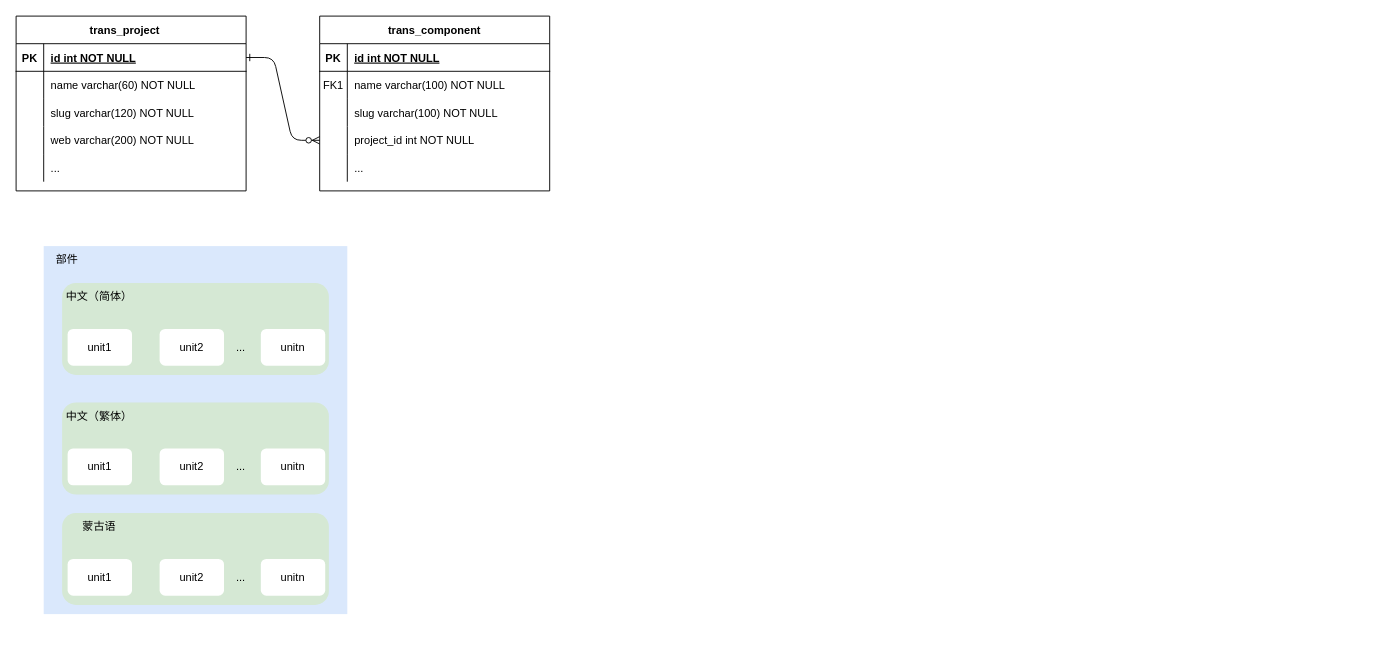
weijiang1994/draw-io keeps this draw.io diagram as weblate/项目、部件ER图.drawio. Above is the earlier version. Source tidied: cells renumbered, new cells numbered last; positions are measured from the earlier drawing's top-left corner, leaving out a move shared by most shapes. Both pictures are drawn from the tidied source at 92%, with x=0, y=0 at pixel (16, 16).
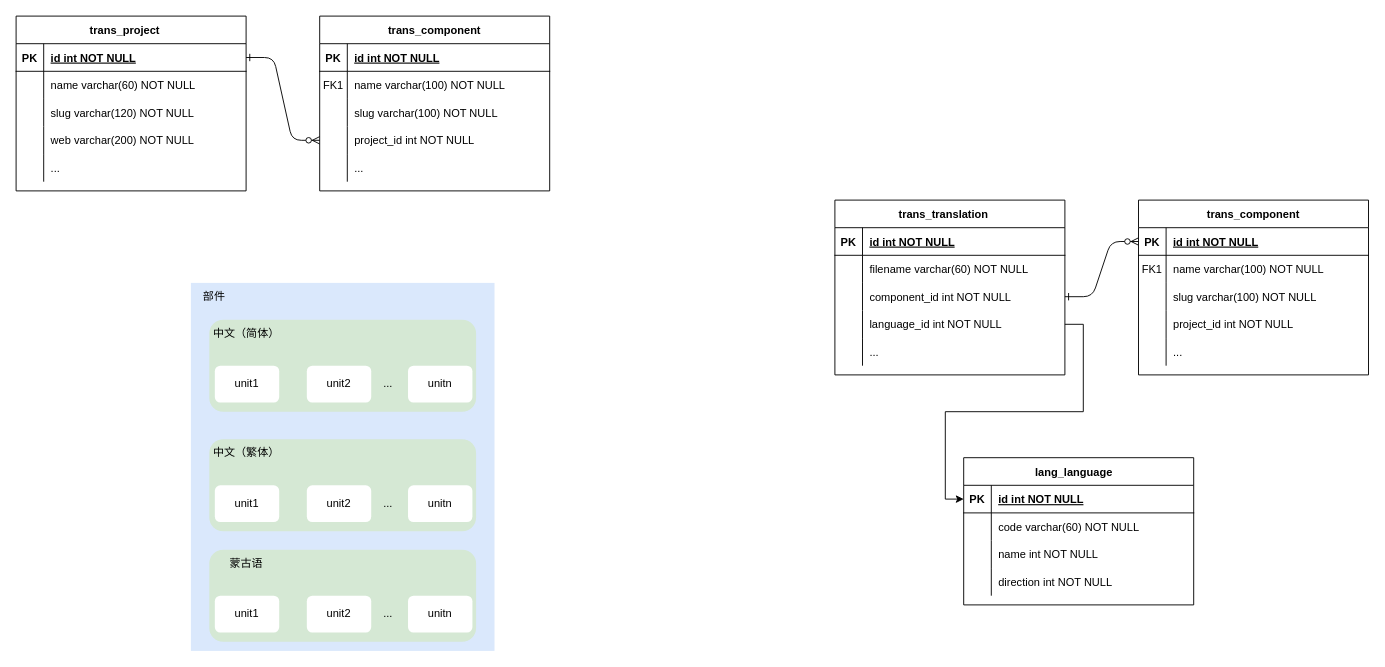
The same page after the edit.

Commit message:
更新项目、部件ER图.drawio

Diff of the diagram source:
```diff
@@
     <mxCell id="35" style="group;" parent="1" vertex="1">
-      <mxGeometry x="30" y="250" width="330" height="400" as="geometry" />
+      <mxGeometry x="190" y="290" width="330" height="400" as="geometry" />
     </mxCell>
@@
+    <mxCell id="62" style="edgeStyle=entityRelationEdgeStyle;endArrow=ERzeroToMany;startArrow=ERone;endFill=1;startFill=0;entryX=0;entryY=0.5;entryDx=0;entryDy=0;exitX=1;exitY=0.5;exitDx=0;exitDy=0;" parent="1" edge="1" source="86" target="64">
+      <mxGeometry relative="1" as="geometry" />
+    </mxCell>
+    <mxCell id="63" value="trans_component" style="shape=table;startSize=30;childLayout=tableLayout;rowLines=0;fontStyle=1;align=center;" parent="1" vertex="1">
+      <mxGeometry x="1220" y="200" width="250" height="190" as="geometry" />
+    </mxCell>
+    <mxCell id="64" style="shape=partialRectangle;fillColor=none;points=[[0,0.5],[1,0.5]];portConstraint=eastwest;top=0;left=0;right=0;bottom=1;" parent="63" vertex="1">
+      <mxGeometry y="30" width="250" height="30" as="geometry" />
+    </mxCell>
+    <mxCell id="65" value="PK" style="shape=partialRectangle;overflow=hidden;fillColor=none;top=0;left=0;bottom=0;right=0;fontStyle=1;" parent="64" vertex="1">
+      <mxGeometry width="30" height="30" as="geometry" />
+    </mxCell>
+    <mxCell id="66" value="id int NOT NULL " style="shape=partialRectangle;overflow=hidden;fillColor=none;top=0;left=0;bottom=0;right=0;align=left;spacingLeft=6;fontStyle=5;" parent="64" vertex="1">
+      <mxGeometry x="30" width="220" height="30" as="geometry" />
+    </mxCell>
+    <mxCell id="67" style="shape=partialRectangle;fillColor=none;top=0;left=0;right=0;bottom=0;" parent="63" vertex="1">
+      <mxGeometry y="60" width="250" height="30" as="geometry" />
+    </mxCell>
+    <mxCell id="68" value="FK1" style="shape=partialRectangle;overflow=hidden;fillColor=none;top=0;left=0;bottom=0;right=0;" parent="67" vertex="1">
+      <mxGeometry width="30" height="30" as="geometry" />
+    </mxCell>
+    <mxCell id="69" value="name varchar(100) NOT NULL" style="shape=partialRectangle;overflow=hidden;fillColor=none;top=0;left=0;bottom=0;right=0;align=left;spacingLeft=6;" parent="67" vertex="1">
+      <mxGeometry x="30" width="220" height="30" as="geometry" />
+    </mxCell>
+    <mxCell id="70" style="shape=partialRectangle;fillColor=none;top=0;left=0;right=0;bottom=0;" parent="63" vertex="1">
+      <mxGeometry y="90" width="250" height="30" as="geometry" />
+    </mxCell>
+    <mxCell id="71" style="shape=partialRectangle;overflow=hidden;fillColor=none;top=0;left=0;bottom=0;right=0;" parent="70" vertex="1">
+      <mxGeometry width="30" height="30" as="geometry" />
+    </mxCell>
+    <mxCell id="72" value="slug varchar(100) NOT NULL" style="shape=partialRectangle;overflow=hidden;fillColor=none;top=0;left=0;bottom=0;right=0;align=left;spacingLeft=6;" parent="70" vertex="1">
+      <mxGeometry x="30" width="220" height="30" as="geometry" />
+    </mxCell>
+    <mxCell id="73" style="shape=partialRectangle;fillColor=none;top=0;left=0;right=0;bottom=0;" parent="63" vertex="1">
+      <mxGeometry y="120" width="250" height="30" as="geometry" />
+    </mxCell>
+    <mxCell id="74" style="shape=partialRectangle;overflow=hidden;fillColor=none;top=0;left=0;bottom=0;right=0;" parent="73" vertex="1">
+      <mxGeometry width="30" height="30" as="geometry" />
+    </mxCell>
+    <mxCell id="75" value="project_id int NOT NULL" style="shape=partialRectangle;overflow=hidden;fillColor=none;top=0;left=0;bottom=0;right=0;align=left;spacingLeft=6;" parent="73" vertex="1">
+      <mxGeometry x="30" width="220" height="30" as="geometry" />
+    </mxCell>
+    <mxCell id="76" style="shape=partialRectangle;fillColor=none;top=0;left=0;right=0;bottom=0;" parent="63" vertex="1">
+      <mxGeometry y="150" width="250" height="30" as="geometry" />
+    </mxCell>
+    <mxCell id="77" style="shape=partialRectangle;overflow=hidden;fillColor=none;top=0;left=0;bottom=0;right=0;" parent="76" vertex="1">
+      <mxGeometry width="30" height="30" as="geometry" />
+    </mxCell>
+    <mxCell id="78" value="..." style="shape=partialRectangle;overflow=hidden;fillColor=none;top=0;left=0;bottom=0;right=0;align=left;spacingLeft=6;" parent="76" vertex="1">
+      <mxGeometry x="30" width="220" height="30" as="geometry" />
+    </mxCell>
+    <mxCell id="79" value="trans_translation    " style="shape=table;startSize=30;childLayout=tableLayout;rowLines=0;fontStyle=1;align=center;" parent="1" vertex="1">
+      <mxGeometry x="890" y="200" width="250" height="190" as="geometry" />
+    </mxCell>
+    <mxCell id="80" style="shape=partialRectangle;fillColor=none;top=0;left=0;right=0;bottom=1;" parent="79" vertex="1">
+      <mxGeometry y="30" width="250" height="30" as="geometry" />
+    </mxCell>
+    <mxCell id="81" value="PK" style="shape=partialRectangle;overflow=hidden;fillColor=none;top=0;left=0;bottom=0;right=0;fontStyle=1;" parent="80" vertex="1">
+      <mxGeometry width="30" height="30" as="geometry" />
+    </mxCell>
+    <mxCell id="82" value="id int NOT NULL " style="shape=partialRectangle;overflow=hidden;fillColor=none;top=0;left=0;bottom=0;right=0;align=left;spacingLeft=6;fontStyle=5;" parent="80" vertex="1">
+      <mxGeometry x="30" width="220" height="30" as="geometry" />
+    </mxCell>
+    <mxCell id="83" style="shape=partialRectangle;fillColor=none;top=0;left=0;right=0;bottom=0;" parent="79" vertex="1">
+      <mxGeometry y="60" width="250" height="30" as="geometry" />
+    </mxCell>
+    <mxCell id="84" style="shape=partialRectangle;overflow=hidden;fillColor=none;top=0;left=0;bottom=0;right=0;" parent="83" vertex="1">
+      <mxGeometry width="30" height="30" as="geometry" />
+    </mxCell>
+    <mxCell id="85" value="filename varchar(60) NOT NULL" style="shape=partialRectangle;overflow=hidden;fillColor=none;top=0;left=0;bottom=0;right=0;align=left;spacingLeft=6;" parent="83" vertex="1">
+      <mxGeometry x="30" width="220" height="30" as="geometry" />
+    </mxCell>
+    <mxCell id="86" style="shape=partialRectangle;fillColor=none;points=[[0,0.5],[1,0.5]];portConstraint=eastwest;top=0;left=0;right=0;bottom=0;" parent="79" vertex="1">
+      <mxGeometry y="90" width="250" height="30" as="geometry" />
+    </mxCell>
+    <mxCell id="87" style="shape=partialRectangle;overflow=hidden;fillColor=none;top=0;left=0;bottom=0;right=0;" parent="86" vertex="1">
+      <mxGeometry width="30" height="30" as="geometry" />
+    </mxCell>
+    <mxCell id="88" value="component_id int NOT NULL" style="shape=partialRectangle;overflow=hidden;fillColor=none;top=0;left=0;bottom=0;right=0;align=left;spacingLeft=6;" parent="86" vertex="1">
+      <mxGeometry x="30" width="220" height="30" as="geometry" />
+    </mxCell>
+    <mxCell id="89" style="shape=partialRectangle;fillColor=none;points=[[0,0.5],[1,0.5]];portConstraint=eastwest;top=0;left=0;right=0;bottom=0;" parent="79" vertex="1">
+      <mxGeometry y="120" width="250" height="30" as="geometry" />
+    </mxCell>
+    <mxCell id="90" style="shape=partialRectangle;overflow=hidden;fillColor=none;top=0;left=0;bottom=0;right=0;" parent="89" vertex="1">
+      <mxGeometry width="30" height="30" as="geometry" />
+    </mxCell>
+    <mxCell id="91" value="language_id int NOT NULL" style="shape=partialRectangle;overflow=hidden;fillColor=none;top=0;left=0;bottom=0;right=0;align=left;spacingLeft=6;" parent="89" vertex="1">
+      <mxGeometry x="30" width="220" height="30" as="geometry" />
+    </mxCell>
+    <mxCell id="92" style="shape=partialRectangle;fillColor=none;top=0;left=0;right=0;bottom=0;" parent="79" vertex="1">
+      <mxGeometry y="150" width="250" height="30" as="geometry" />
+    </mxCell>
+    <mxCell id="93" style="shape=partialRectangle;overflow=hidden;fillColor=none;top=0;left=0;bottom=0;right=0;" parent="92" vertex="1">
+      <mxGeometry width="30" height="30" as="geometry" />
+    </mxCell>
+    <mxCell id="94" value="..." style="shape=partialRectangle;overflow=hidden;fillColor=none;top=0;left=0;bottom=0;right=0;align=left;spacingLeft=6;" parent="92" vertex="1">
+      <mxGeometry x="30" width="220" height="30" as="geometry" />
+    </mxCell>
+    <mxCell id="95" value="lang_language   " style="shape=table;startSize=30;childLayout=tableLayout;rowLines=0;fontStyle=1;align=center;" parent="1" vertex="1">
+      <mxGeometry x="1030" y="480" width="250" height="160" as="geometry" />
+    </mxCell>
+    <mxCell id="96" style="shape=partialRectangle;fillColor=none;points=[[0,0.5],[1,0.5]];portConstraint=eastwest;top=0;left=0;right=0;bottom=1;" parent="95" vertex="1">
+      <mxGeometry y="30" width="250" height="30" as="geometry" />
+    </mxCell>
+    <mxCell id="97" value="PK" style="shape=partialRectangle;overflow=hidden;fillColor=none;top=0;left=0;bottom=0;right=0;fontStyle=1;" parent="96" vertex="1">
+      <mxGeometry width="30" height="30" as="geometry" />
+    </mxCell>
+    <mxCell id="98" value="id int NOT NULL " style="shape=partialRectangle;overflow=hidden;fillColor=none;top=0;left=0;bottom=0;right=0;align=left;spacingLeft=6;fontStyle=5;" parent="96" vertex="1">
+      <mxGeometry x="30" width="220" height="30" as="geometry" />
+    </mxCell>
+    <mxCell id="99" style="shape=partialRectangle;fillColor=none;top=0;left=0;right=0;bottom=0;" parent="95" vertex="1">
+      <mxGeometry y="60" width="250" height="30" as="geometry" />
+    </mxCell>
+    <mxCell id="100" style="shape=partialRectangle;overflow=hidden;fillColor=none;top=0;left=0;bottom=0;right=0;" parent="99" vertex="1">
+      <mxGeometry width="30" height="30" as="geometry" />
+    </mxCell>
+    <mxCell id="101" value="code varchar(60) NOT NULL" style="shape=partialRectangle;overflow=hidden;fillColor=none;top=0;left=0;bottom=0;right=0;align=left;spacingLeft=6;" parent="99" vertex="1">
+      <mxGeometry x="30" width="220" height="30" as="geometry" />
+    </mxCell>
+    <mxCell id="102" style="shape=partialRectangle;fillColor=none;top=0;left=0;right=0;bottom=0;" parent="95" vertex="1">
+      <mxGeometry y="90" width="250" height="30" as="geometry" />
+    </mxCell>
+    <mxCell id="103" style="shape=partialRectangle;overflow=hidden;fillColor=none;top=0;left=0;bottom=0;right=0;" parent="102" vertex="1">
+      <mxGeometry width="30" height="30" as="geometry" />
+    </mxCell>
+    <mxCell id="104" value="name int NOT NULL" style="shape=partialRectangle;overflow=hidden;fillColor=none;top=0;left=0;bottom=0;right=0;align=left;spacingLeft=6;" parent="102" vertex="1">
+      <mxGeometry x="30" width="220" height="30" as="geometry" />
+    </mxCell>
+    <mxCell id="105" style="shape=partialRectangle;fillColor=none;top=0;left=0;right=0;bottom=0;" parent="95" vertex="1">
+      <mxGeometry y="120" width="250" height="30" as="geometry" />
+    </mxCell>
+    <mxCell id="106" style="shape=partialRectangle;overflow=hidden;fillColor=none;top=0;left=0;bottom=0;right=0;" parent="105" vertex="1">
+      <mxGeometry width="30" height="30" as="geometry" />
+    </mxCell>
+    <mxCell id="107" value="direction int NOT NULL" style="shape=partialRectangle;overflow=hidden;fillColor=none;top=0;left=0;bottom=0;right=0;align=left;spacingLeft=6;" parent="105" vertex="1">
+      <mxGeometry x="30" width="220" height="30" as="geometry" />
+    </mxCell>
+    <mxCell id="108" style="edgeStyle=orthogonalEdgeStyle;rounded=0;jettySize=auto;html=1;entryX=0;entryY=0.5;entryDx=0;entryDy=0;" parent="1" edge="1" source="89" target="96">
+      <mxGeometry relative="1" as="geometry" />
+    </mxCell>
```
